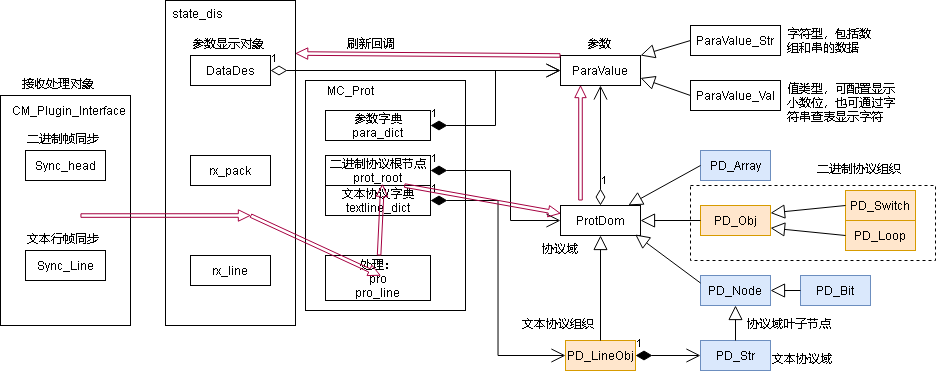
The draw.io diagram doc/draft/动态协议实现结构.png in yangzigy/com_mc, before a commit. Source tidied: cells renumbered, new cells last; positions are measured from the earlier drawing's top-left corner, leaving out a move shared by most shapes.
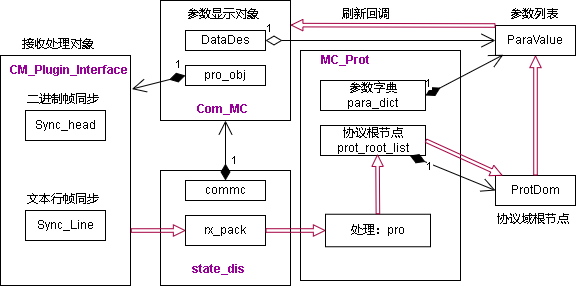
Above is the later version.

The edit, as a diff of the source:
```diff
@@ -2,142 +2,47 @@
   <root>
     <mxCell id="0" />
     <mxCell id="1" parent="0" />
+    <mxCell id="65" style="rounded=0;whiteSpace=wrap;html=1;fillColor=none;" parent="1" vertex="1">
+      <mxGeometry x="165" y="200" width="130" height="115" as="geometry" />
+    </mxCell>
     <mxCell id="2" style="rounded=0;whiteSpace=wrap;html=1;fillColor=none;" parent="1" vertex="1">
-      <mxGeometry x="165" width="130" height="325" as="geometry" />
+      <mxGeometry x="165" y="30" width="130" height="120" as="geometry" />
     </mxCell>
-    <mxCell id="3" style="rounded=0;whiteSpace=wrap;html=1;fillColor=none;dashed=1;" parent="1" vertex="1">
-      <mxGeometry x="690" y="185" width="245" height="75" as="geometry" />
-    </mxCell>
     <mxCell id="4" style="rounded=0;whiteSpace=wrap;html=1;fillColor=none;" parent="1" vertex="1">
       <mxGeometry x="305" y="80" width="160" height="230" as="geometry" />
     </mxCell>
     <mxCell id="5" value="ParaValue" style="rounded=0;whiteSpace=wrap;html=1;" parent="1" vertex="1">
-      <mxGeometry x="560" y="55" width="80" height="30" as="geometry" />
+      <mxGeometry x="500" y="55" width="80" height="30" as="geometry" />
     </mxCell>
-    <mxCell id="6" value="ParaValue_Str" style="rounded=0;whiteSpace=wrap;html=1;" parent="1" vertex="1">
-      <mxGeometry x="690" y="25" width="90" height="30" as="geometry" />
-    </mxCell>
-    <mxCell id="7" value="ParaValue_Val" style="rounded=0;whiteSpace=wrap;html=1;" parent="1" vertex="1">
-      <mxGeometry x="690" y="80" width="90" height="30" as="geometry" />
-    </mxCell>
     <mxCell id="8" value="ProtDom" style="rounded=0;whiteSpace=wrap;html=1;" parent="1" vertex="1">
-      <mxGeometry x="560" y="205" width="80" height="30" as="geometry" />
+      <mxGeometry x="500" y="205" width="80" height="30" as="geometry" />
     </mxCell>
-    <mxCell id="9" value="PD_Node" style="rounded=0;whiteSpace=wrap;html=1;fillColor=#dae8fc;strokeColor=#6c8ebf;" parent="1" vertex="1">
-      <mxGeometry x="700" y="275" width="70" height="30" as="geometry" />
-    </mxCell>
-    <mxCell id="10" value="协议域叶子节点" style="text;whiteSpace=wrap;html=1;" parent="1" vertex="1">
-      <mxGeometry x="745" y="310" width="100" height="25" as="geometry" />
-    </mxCell>
-    <mxCell id="11" value="PD_Bit" style="rounded=0;whiteSpace=wrap;html=1;fillColor=#dae8fc;strokeColor=#6c8ebf;" parent="1" vertex="1">
-      <mxGeometry x="800" y="275" width="70" height="30" as="geometry" />
-    </mxCell>
-    <mxCell id="12" value="PD_Array" style="rounded=0;whiteSpace=wrap;html=1;fillColor=#dae8fc;strokeColor=#6c8ebf;" parent="1" vertex="1">
-      <mxGeometry x="700" y="150" width="70" height="30" as="geometry" />
-    </mxCell>
-    <mxCell id="13" value="PD_Str" style="rounded=0;whiteSpace=wrap;html=1;fillColor=#dae8fc;strokeColor=#6c8ebf;" parent="1" vertex="1">
-      <mxGeometry x="700" y="340" width="70" height="30" as="geometry" />
-    </mxCell>
-    <mxCell id="14" value="PD_Switch" style="rounded=0;whiteSpace=wrap;html=1;fillColor=#ffe6cc;strokeColor=#d79b00;" parent="1" vertex="1">
-      <mxGeometry x="845" y="190" width="70" height="30" as="geometry" />
-    </mxCell>
-    <mxCell id="15" value="PD_Loop" style="rounded=0;whiteSpace=wrap;html=1;fillColor=#ffe6cc;strokeColor=#d79b00;" parent="1" vertex="1">
-      <mxGeometry x="845" y="220" width="70" height="30" as="geometry" />
-    </mxCell>
-    <mxCell id="16" value="PD_Obj" style="rounded=0;whiteSpace=wrap;html=1;fillColor=#ffe6cc;strokeColor=#d79b00;" parent="1" vertex="1">
-      <mxGeometry x="700" y="205" width="70" height="30" as="geometry" />
-    </mxCell>
-    <mxCell id="17" value="PD_LineObj" style="rounded=0;whiteSpace=wrap;html=1;fillColor=#ffe6cc;strokeColor=#d79b00;" parent="1" vertex="1">
-      <mxGeometry x="565" y="340" width="70" height="30" as="geometry" />
-    </mxCell>
     <mxCell id="18" value="参数字典&lt;br&gt;para_dict" style="rounded=0;whiteSpace=wrap;html=1;" parent="1" vertex="1">
       <mxGeometry x="325" y="110" width="105" height="30" as="geometry" />
     </mxCell>
-    <mxCell id="19" value="MC_Prot" style="text;html=1;align=center;verticalAlign=middle;strokeColor=none;fillColor=none;" parent="1" vertex="1">
+    <mxCell id="19" value="MC_Prot" style="text;html=1;align=center;verticalAlign=middle;strokeColor=none;fillColor=none;fontColor=#990099;fontStyle=1;" parent="1" vertex="1">
       <mxGeometry x="320" y="80" width="60" height="20" as="geometry" />
     </mxCell>
-    <mxCell id="20" value="二进制协议根节点&lt;br&gt;prot_root" style="rounded=0;whiteSpace=wrap;html=1;" parent="1" vertex="1">
+    <mxCell id="20" value="协议根节点&lt;br&gt;prot_root_list" style="rounded=0;whiteSpace=wrap;html=1;" parent="1" vertex="1">
       <mxGeometry x="325" y="155" width="105" height="30" as="geometry" />
     </mxCell>
-    <mxCell id="21" value="文本协议字典&lt;br&gt;textline_dict" style="rounded=0;whiteSpace=wrap;html=1;" parent="1" vertex="1">
-      <mxGeometry x="325" y="185" width="105" height="30" as="geometry" />
-    </mxCell>
-    <mxCell id="22" style="endArrow=block;endSize=12;endFill=0;html=1;rounded=0;entryX=1;entryY=0;entryDx=0;entryDy=0;exitX=0;exitY=0.5;exitDx=0;exitDy=0;" parent="1" edge="1" source="6" target="5">
-      <mxGeometry relative="1" as="geometry" />
-    </mxCell>
-    <mxCell id="23" style="endArrow=block;endSize=12;endFill=0;html=1;rounded=0;entryX=1;entryY=0.75;entryDx=0;entryDy=0;exitX=0;exitY=0.5;exitDx=0;exitDy=0;" parent="1" edge="1" source="7" target="5">
-      <mxGeometry x="-0.19" y="-3" relative="1" as="geometry" />
-    </mxCell>
-    <mxCell id="24" value="参数" style="text;whiteSpace=wrap;html=1;" parent="1" vertex="1">
-      <mxGeometry x="585" y="30" width="30" height="25" as="geometry" />
+    <mxCell id="24" value="参数列表" style="text;whiteSpace=wrap;html=1;" parent="1" vertex="1">
+      <mxGeometry x="512.5" y="30" width="55" height="25" as="geometry" />
     </mxCell>
-    <mxCell id="25" value="字符型，包括数组和串的数据" style="text;whiteSpace=wrap;html=1;" parent="1" vertex="1">
-      <mxGeometry x="785" y="20" width="95" height="35" as="geometry" />
-    </mxCell>
-    <mxCell id="26" value="值类型，可配置显示小数位，也可通过字符串查表显示字符" style="text;whiteSpace=wrap;html=1;" parent="1" vertex="1">
-      <mxGeometry x="785" y="75" width="117.5" height="50" as="geometry" />
-    </mxCell>
-    <mxCell id="27" value="协议域" style="text;whiteSpace=wrap;html=1;" parent="1" vertex="1">
-      <mxGeometry x="540" y="235" width="45" height="25" as="geometry" />
+    <mxCell id="27" value="协议域根节点" style="text;whiteSpace=wrap;html=1;" parent="1" vertex="1">
+      <mxGeometry x="500" y="235" width="80" height="25" as="geometry" />
     </mxCell>
-    <mxCell id="28" style="endArrow=block;endSize=12;endFill=0;html=1;rounded=0;entryX=0.934;entryY=0.967;entryDx=0;entryDy=0;exitX=0;exitY=0.25;exitDx=0;exitDy=0;entryPerimeter=0;" parent="1" edge="1" source="9" target="8">
-      <mxGeometry x="-0.19" y="-3" relative="1" as="geometry" />
-    </mxCell>
-    <mxCell id="29" style="endArrow=block;endSize=12;endFill=0;html=1;rounded=0;exitX=0;exitY=0.5;exitDx=0;exitDy=0;" parent="1" edge="1" source="11" target="9">
-      <mxGeometry x="-0.19" y="-3" relative="1" as="geometry" />
-    </mxCell>
-    <mxCell id="30" style="endArrow=block;endSize=12;endFill=0;html=1;rounded=0;entryX=0.848;entryY=-0.005;entryDx=0;entryDy=0;exitX=0;exitY=0.5;exitDx=0;exitDy=0;entryPerimeter=0;" parent="1" edge="1" source="12" target="8">
-      <mxGeometry x="-0.19" y="-3" relative="1" as="geometry" />
-    </mxCell>
-    <mxCell id="31" style="endArrow=block;endSize=12;endFill=0;html=1;rounded=0;exitX=0;exitY=0.5;exitDx=0;exitDy=0;" parent="1" edge="1" source="16" target="8">
-      <mxGeometry x="-0.19" y="-3" relative="1" as="geometry" />
-    </mxCell>
-    <mxCell id="32" style="endArrow=block;endSize=12;endFill=0;html=1;rounded=0;entryX=0.5;entryY=1;entryDx=0;entryDy=0;exitX=0.5;exitY=0;exitDx=0;exitDy=0;" parent="1" edge="1" source="17" target="8">
-      <mxGeometry x="-0.19" y="-3" relative="1" as="geometry" />
-    </mxCell>
-    <mxCell id="33" style="endArrow=block;endSize=12;endFill=0;html=1;rounded=0;" parent="1" edge="1" source="13" target="9">
-      <mxGeometry x="-0.19" y="-3" relative="1" as="geometry" />
-    </mxCell>
-    <mxCell id="34" style="endArrow=block;endSize=12;endFill=0;html=1;rounded=0;exitX=0;exitY=0.5;exitDx=0;exitDy=0;entryX=1;entryY=0.25;entryDx=0;entryDy=0;" parent="1" edge="1" source="14" target="16">
-      <mxGeometry x="-0.19" y="-3" relative="1" as="geometry" />
-    </mxCell>
-    <mxCell id="35" style="endArrow=block;endSize=12;endFill=0;html=1;rounded=0;exitX=0;exitY=0.5;exitDx=0;exitDy=0;entryX=1;entryY=0.75;entryDx=0;entryDy=0;" parent="1" edge="1" source="15" target="16">
-      <mxGeometry x="-0.19" y="-3" relative="1" as="geometry" />
-    </mxCell>
-    <mxCell id="36" value="1" style="endArrow=open;html=1;endSize=12;startArrow=diamondThin;startSize=14;startFill=1;edgeStyle=orthogonalEdgeStyle;align=left;verticalAlign=bottom;rounded=0;exitX=1;exitY=0.5;exitDx=0;exitDy=0;entryX=0;entryY=0.5;entryDx=0;entryDy=0;" parent="1" edge="1" source="18" target="5">
+    <mxCell id="36" value="1" style="endArrow=open;html=1;endSize=12;startArrow=diamondThin;startSize=14;startFill=1;align=left;verticalAlign=bottom;rounded=0;exitX=1;exitY=0.5;exitDx=0;exitDy=0;entryX=0.098;entryY=0.976;entryDx=0;entryDy=0;entryPerimeter=0;" parent="1" edge="1" source="18" target="5">
       <mxGeometry x="-1" y="3" relative="1" as="geometry" />
     </mxCell>
-    <mxCell id="37" value="1" style="endArrow=open;html=1;endSize=12;startArrow=diamondThin;startSize=14;startFill=1;edgeStyle=orthogonalEdgeStyle;align=left;verticalAlign=bottom;rounded=0;entryX=0;entryY=0.5;entryDx=0;entryDy=0;" parent="1" edge="1" source="20" target="8">
-      <mxGeometry x="-1" y="3" relative="1" as="geometry">
-        <Array as="points">
-          <mxPoint x="510" y="170" />
-          <mxPoint x="510" y="220" />
-        </Array>
-      </mxGeometry>
+    <mxCell id="37" value="1" style="endArrow=open;html=1;endSize=12;startArrow=diamondThin;startSize=14;startFill=1;align=left;verticalAlign=bottom;rounded=0;entryX=0;entryY=0.5;entryDx=0;entryDy=0;" parent="1" edge="1" source="20" target="8">
+      <mxGeometry x="-0.52" y="-13" relative="1" as="geometry" />
     </mxCell>
-    <mxCell id="38" value="1" style="endArrow=open;html=1;endSize=12;startArrow=diamondThin;startSize=14;startFill=1;edgeStyle=orthogonalEdgeStyle;align=left;verticalAlign=bottom;rounded=0;entryX=0;entryY=0.5;entryDx=0;entryDy=0;exitX=1;exitY=0.5;exitDx=0;exitDy=0;" parent="1" edge="1" source="21" target="17">
-      <mxGeometry x="-1" y="3" relative="1" as="geometry" />
-    </mxCell>
-    <mxCell id="39" value="文本协议组织" style="text;whiteSpace=wrap;html=1;" parent="1" vertex="1">
-      <mxGeometry x="520" y="310" width="75" height="25" as="geometry" />
-    </mxCell>
-    <mxCell id="40" value="文本协议域" style="text;whiteSpace=wrap;html=1;" parent="1" vertex="1">
-      <mxGeometry x="770" y="345" width="70" height="25" as="geometry" />
-    </mxCell>
-    <mxCell id="41" value="1" style="endArrow=open;html=1;endSize=12;startArrow=diamondThin;startSize=14;startFill=1;edgeStyle=orthogonalEdgeStyle;align=left;verticalAlign=bottom;rounded=0;entryX=0;entryY=0.5;entryDx=0;entryDy=0;exitX=1;exitY=0.5;exitDx=0;exitDy=0;" parent="1" edge="1" source="17" target="13">
-      <mxGeometry x="-1" y="3" relative="1" as="geometry" />
-    </mxCell>
-    <mxCell id="42" value="二进制协议组织" style="text;whiteSpace=wrap;html=1;" parent="1" vertex="1">
-      <mxGeometry x="815" y="155" width="95" height="25" as="geometry" />
-    </mxCell>
-    <mxCell id="43" value="处理：&lt;br&gt;pro&lt;br&gt;pro_line" style="rounded=0;whiteSpace=wrap;html=1;" parent="1" vertex="1">
-      <mxGeometry x="325" y="255" width="105" height="45" as="geometry" />
+    <mxCell id="43" value="处理：pro" style="rounded=0;whiteSpace=wrap;html=1;" parent="1" vertex="1">
+      <mxGeometry x="330" y="243.8" width="105" height="32.5" as="geometry" />
     </mxCell>
-    <mxCell id="44" value="1" style="endArrow=open;html=1;endSize=12;startArrow=diamondThin;startSize=14;startFill=0;edgeStyle=orthogonalEdgeStyle;align=left;verticalAlign=bottom;rounded=0;entryX=0.5;entryY=1;entryDx=0;entryDy=0;exitX=0.5;exitY=0;exitDx=0;exitDy=0;" parent="1" edge="1" source="8" target="5">
-      <mxGeometry x="-0.74" relative="1" as="geometry" />
-    </mxCell>
     <mxCell id="45" value="DataDes" style="rounded=0;whiteSpace=wrap;html=1;" parent="1" vertex="1">
-      <mxGeometry x="190" y="55" width="80" height="30" as="geometry" />
+      <mxGeometry x="190" y="60" width="80" height="20" as="geometry" />
     </mxCell>
     <mxCell id="46" value="1" style="endArrow=open;html=1;endSize=12;startArrow=diamondThin;startSize=14;startFill=0;edgeStyle=orthogonalEdgeStyle;align=left;verticalAlign=bottom;rounded=0;entryX=0;entryY=0.5;entryDx=0;entryDy=0;exitX=1;exitY=0.5;exitDx=0;exitDy=0;" parent="1" edge="1" source="45" target="5">
       <mxGeometry x="-1" y="3" relative="1" as="geometry" />
@@ -146,61 +51,67 @@
       <mxGeometry x="190" y="30" width="80" height="25" as="geometry" />
     </mxCell>
     <mxCell id="48" style="rounded=0;whiteSpace=wrap;html=1;fillColor=none;" parent="1" vertex="1">
-      <mxGeometry y="95" width="130" height="230" as="geometry" />
+      <mxGeometry x="5" y="85" width="130" height="230" as="geometry" />
     </mxCell>
-    <mxCell id="49" value="CM_Plugin_Interface" style="text;html=1;align=center;verticalAlign=middle;strokeColor=none;fillColor=none;" parent="1" vertex="1">
-      <mxGeometry x="5" y="100" width="125" height="20" as="geometry" />
+    <mxCell id="49" value="CM_Plugin_Interface" style="text;html=1;align=center;verticalAlign=middle;strokeColor=none;fillColor=none;fontColor=#990099;fontStyle=1;" parent="1" vertex="1">
+      <mxGeometry x="8" y="90" width="130" height="20" as="geometry" />
     </mxCell>
     <mxCell id="50" value="Sync_head" style="rounded=0;whiteSpace=wrap;html=1;" parent="1" vertex="1">
-      <mxGeometry x="25" y="150" width="80" height="30" as="geometry" />
+      <mxGeometry x="30" y="140" width="80" height="30" as="geometry" />
     </mxCell>
     <mxCell id="51" value="Sync_Line" style="rounded=0;whiteSpace=wrap;html=1;" parent="1" vertex="1">
-      <mxGeometry x="25" y="250" width="80" height="30" as="geometry" />
+      <mxGeometry x="30" y="240" width="80" height="30" as="geometry" />
     </mxCell>
     <mxCell id="52" value="接收处理对象" style="text;whiteSpace=wrap;html=1;" parent="1" vertex="1">
-      <mxGeometry x="20" y="70" width="80" height="25" as="geometry" />
+      <mxGeometry x="25" y="60" width="80" height="25" as="geometry" />
     </mxCell>
     <mxCell id="53" value="二进制帧同步" style="text;whiteSpace=wrap;html=1;" parent="1" vertex="1">
-      <mxGeometry x="25" y="125" width="80" height="25" as="geometry" />
+      <mxGeometry x="30" y="115" width="80" height="25" as="geometry" />
     </mxCell>
     <mxCell id="54" value="文本行帧同步" style="text;whiteSpace=wrap;html=1;" parent="1" vertex="1">
-      <mxGeometry x="25" y="225" width="80" height="25" as="geometry" />
+      <mxGeometry x="30" y="215" width="80" height="25" as="geometry" />
     </mxCell>
     <mxCell id="55" value="rx_pack" style="rounded=0;whiteSpace=wrap;html=1;" parent="1" vertex="1">
-      <mxGeometry x="190" y="155" width="80" height="30" as="geometry" />
+      <mxGeometry x="190" y="245" width="80" height="30" as="geometry" />
     </mxCell>
-    <mxCell id="56" value="rx_line" style="rounded=0;whiteSpace=wrap;html=1;" parent="1" vertex="1">
-      <mxGeometry x="190" y="255" width="80" height="30" as="geometry" />
-    </mxCell>
-    <mxCell id="57" style="shape=flexArrow;endArrow=classic;html=1;rounded=0;endSize=3.5527131782945736;width=3.565891472868217;endWidth=6.855357250165254;fillColor=none;strokeColor=#A50040;exitX=0.615;exitY=0.522;exitDx=0;exitDy=0;exitPerimeter=0;" parent="1" edge="1" source="48">
-      <mxGeometry relative="1" as="geometry">
-        <mxPoint x="250" y="215" as="targetPoint" />
-      </mxGeometry>
+    <mxCell id="57" style="shape=flexArrow;endArrow=classic;html=1;rounded=0;endSize=3.5527131782945736;width=3.565891472868217;endWidth=6.855357250165254;fillColor=none;strokeColor=#A50040;exitX=1.002;exitY=0.761;exitDx=0;exitDy=0;exitPerimeter=0;entryX=0;entryY=0.5;entryDx=0;entryDy=0;" parent="1" edge="1" source="48" target="55">
+      <mxGeometry relative="1" as="geometry" />
     </mxCell>
-    <mxCell id="58" style="shape=flexArrow;endArrow=classic;html=1;rounded=0;endSize=3.5527131782945736;width=3.565891472868217;endWidth=6.855357250165254;fillColor=none;strokeColor=#A50040;entryX=0.524;entryY=0.444;entryDx=0;entryDy=0;entryPerimeter=0;" parent="1" edge="1" target="43">
-      <mxGeometry relative="1" as="geometry">
-        <mxPoint x="250" y="215" as="sourcePoint" />
-      </mxGeometry>
+    <mxCell id="58" style="shape=flexArrow;endArrow=classic;html=1;rounded=0;endSize=3.5527131782945736;width=3.565891472868217;endWidth=6.855357250165254;fillColor=none;strokeColor=#A50040;entryX=0;entryY=0.5;entryDx=0;entryDy=0;exitX=1;exitY=0.5;exitDx=0;exitDy=0;" parent="1" edge="1" source="55" target="43">
+      <mxGeometry relative="1" as="geometry" />
     </mxCell>
     <mxCell id="59" style="shape=flexArrow;endArrow=classic;html=1;rounded=0;endSize=3.5527131782945736;width=3.565891472868217;endWidth=6.855357250165254;fillColor=none;strokeColor=#A50040;entryX=0.543;entryY=0.96;entryDx=0;entryDy=0;entryPerimeter=0;" parent="1" edge="1" source="43" target="20">
       <mxGeometry relative="1" as="geometry" />
     </mxCell>
-    <mxCell id="60" style="shape=flexArrow;endArrow=classic;html=1;rounded=0;endSize=3.5527131782945736;width=3.565891472868217;endWidth=6.855357250165254;fillColor=none;strokeColor=#A50040;exitX=0.75;exitY=0;exitDx=0;exitDy=0;" parent="1" edge="1" source="21" target="8">
+    <mxCell id="60" style="shape=flexArrow;endArrow=classic;html=1;rounded=0;endSize=3.5527131782945736;width=3.565891472868217;endWidth=6.855357250165254;fillColor=none;strokeColor=#A50040;exitX=1;exitY=0.5;exitDx=0;exitDy=0;" parent="1" edge="1" source="20" target="8">
       <mxGeometry relative="1" as="geometry" />
     </mxCell>
-    <mxCell id="61" style="shape=flexArrow;endArrow=classic;html=1;rounded=0;endSize=3.5527131782945736;width=3.565891472868217;endWidth=6.855357250165254;fillColor=none;strokeColor=#A50040;entryX=0.25;entryY=1;entryDx=0;entryDy=0;" parent="1" edge="1" target="5">
-      <mxGeometry relative="1" as="geometry">
-        <mxPoint x="580" y="200" as="sourcePoint" />
-      </mxGeometry>
+    <mxCell id="61" style="shape=flexArrow;endArrow=classic;html=1;rounded=0;endSize=3.5527131782945736;width=3.565891472868217;endWidth=6.855357250165254;fillColor=none;strokeColor=#A50040;entryX=0.5;entryY=1;entryDx=0;entryDy=0;exitX=0.5;exitY=0;exitDx=0;exitDy=0;" parent="1" edge="1" source="8" target="5">
+      <mxGeometry relative="1" as="geometry" />
     </mxCell>
-    <mxCell id="62" style="shape=flexArrow;endArrow=classic;html=1;rounded=0;endSize=3.5527131782945736;width=3.565891472868217;endWidth=6.855357250165254;fillColor=none;strokeColor=#A50040;entryX=1.001;entryY=0.163;entryDx=0;entryDy=0;exitX=0;exitY=0;exitDx=0;exitDy=0;entryPerimeter=0;" parent="1" edge="1" source="5" target="2">
+    <mxCell id="62" style="shape=flexArrow;endArrow=classic;html=1;rounded=0;endSize=3.5527131782945736;width=3.565891472868217;endWidth=6.855357250165254;fillColor=none;strokeColor=#A50040;entryX=1.002;entryY=0.205;entryDx=0;entryDy=0;exitX=0;exitY=0;exitDx=0;exitDy=0;entryPerimeter=0;" parent="1" edge="1" source="5" target="2">
       <mxGeometry relative="1" as="geometry" />
     </mxCell>
-    <mxCell id="63" value="state_dis" style="text;whiteSpace=wrap;html=1;" parent="1" vertex="1">
-      <mxGeometry x="170" width="80" height="25" as="geometry" />
+    <mxCell id="63" value="Com_MC" style="text;whiteSpace=wrap;html=1;fontStyle=1;fontColor=#990099;" parent="1" vertex="1">
+      <mxGeometry x="200" y="125" width="60" height="25" as="geometry" />
     </mxCell>
     <mxCell id="64" value="刷新回调" style="text;whiteSpace=wrap;html=1;" parent="1" vertex="1">
       <mxGeometry x="345" y="30" width="80" height="25" as="geometry" />
     </mxCell>
+    <mxCell id="66" value="state_dis" style="text;whiteSpace=wrap;html=1;fontStyle=1;fontColor=#990099;" parent="1" vertex="1">
+      <mxGeometry x="195" y="285" width="80" height="25" as="geometry" />
+    </mxCell>
+    <mxCell id="67" value="commc" style="rounded=0;whiteSpace=wrap;html=1;" parent="1" vertex="1">
+      <mxGeometry x="190" y="210" width="80" height="20" as="geometry" />
+    </mxCell>
+    <mxCell id="68" value="1" style="endArrow=open;html=1;endSize=12;startArrow=diamondThin;startSize=14;startFill=1;edgeStyle=orthogonalEdgeStyle;align=left;verticalAlign=bottom;rounded=0;exitX=0.5;exitY=0;exitDx=0;exitDy=0;entryX=0.5;entryY=1;entryDx=0;entryDy=0;" parent="1" edge="1" source="67" target="2">
+      <mxGeometry x="-0.64" y="-5" relative="1" as="geometry" />
+    </mxCell>
+    <mxCell id="69" value="pro_obj" style="rounded=0;whiteSpace=wrap;html=1;" parent="1" vertex="1">
+      <mxGeometry x="190" y="95" width="80" height="20" as="geometry" />
+    </mxCell>
+    <mxCell id="70" value="1" style="endArrow=open;html=1;endSize=12;startArrow=diamondThin;startSize=14;startFill=1;align=left;verticalAlign=bottom;rounded=0;exitX=0;exitY=0.5;exitDx=0;exitDy=0;entryX=1.011;entryY=0.146;entryDx=0;entryDy=0;entryPerimeter=0;" parent="1" edge="1" source="69" target="48">
+      <mxGeometry x="-0.64" y="-5" relative="1" as="geometry" />
+    </mxCell>
   </root>
 </mxGraphModel>
```
